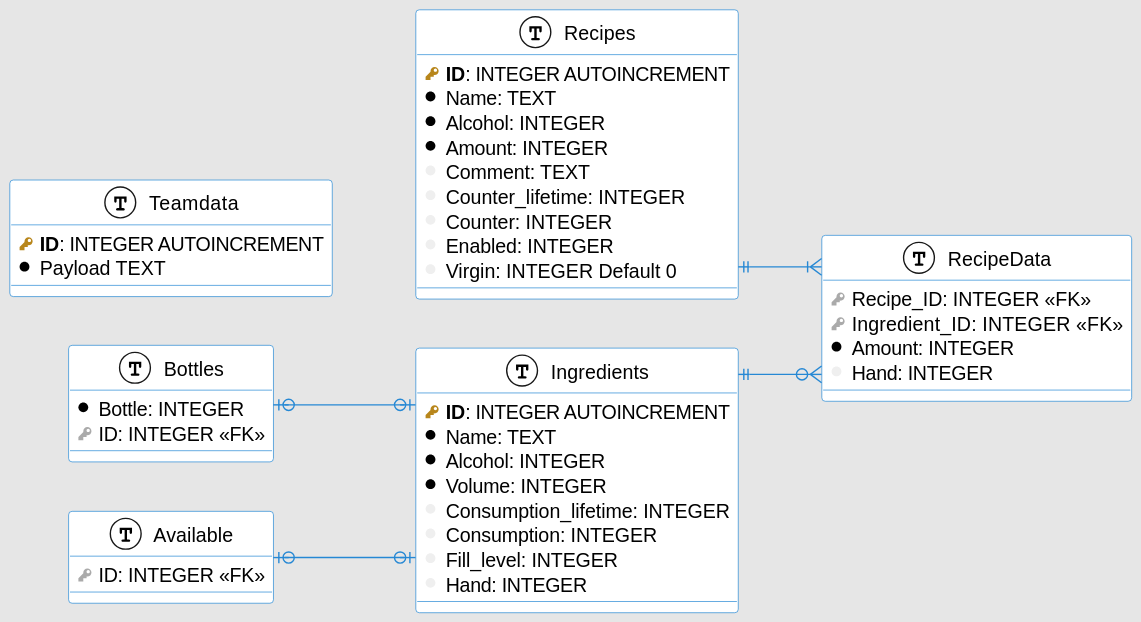
AndreWohnsland/CocktailBerry keeps this PlantUML diagram as docs/diagrams/out/DBSchema.svg. Above is the earlier version.
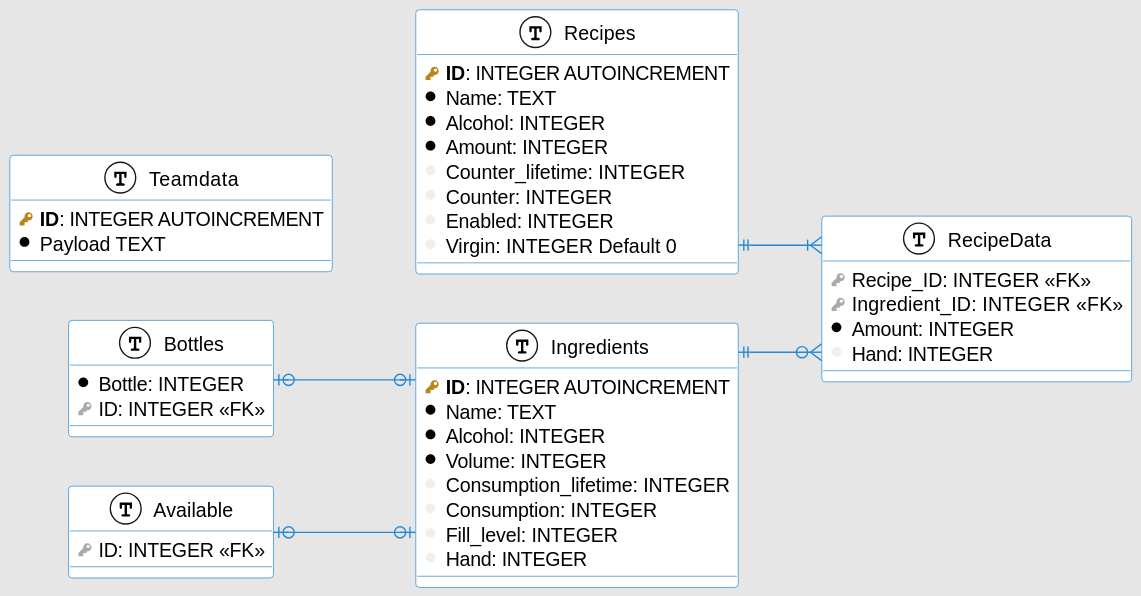
The same diagram one commit later.

Commit message:
Adjust DB Schema

Change to the diagram source:
```diff
@@ -35,7 +35,6 @@
   column_req( Name ): TEXT
   column_req( Alcohol ): INTEGER
   column_req( Amount ): INTEGER
-  column( Comment ): TEXT
   column( Counter_lifetime ): INTEGER
   column( Counter ): INTEGER
   column( Enabled ): INTEGER
```
